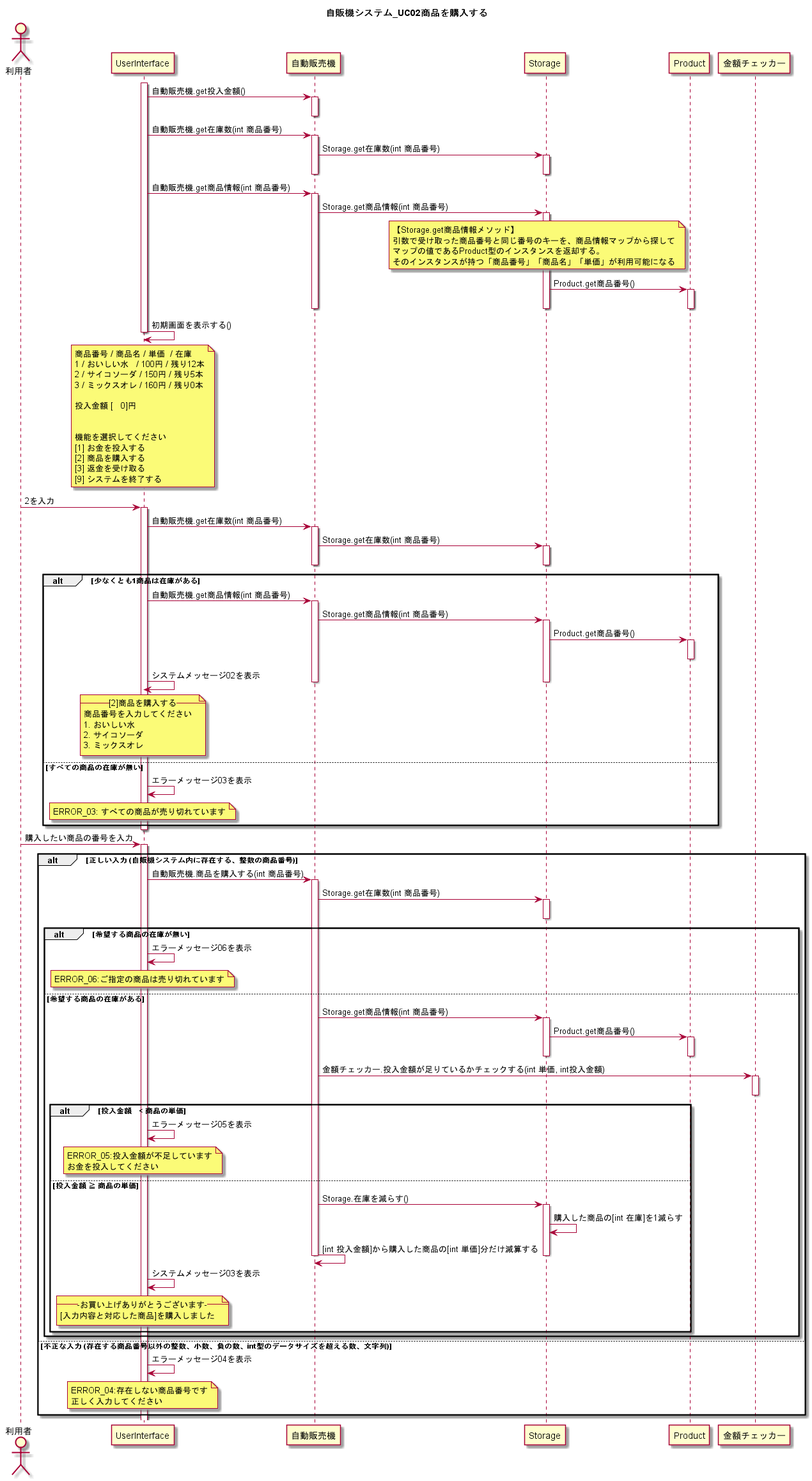
Before: UML_class_sequence/自販機システム_UC02商品を購入する.png, a diagram exported from PlantUML (W-Nakayama-24/VendingMachine_CUI). Source of this version:
```plantuml
@startuml
title 自販機システム_UC02商品を購入する

actor 利用者

activate UserInterface

UserInterface -> 自動販売機 : 自動販売機.get投入金額()
activate 自動販売機
deactivate 自動販売機

UserInterface -> 自動販売機 : 自動販売機.get在庫数(int 商品番号)
activate 自動販売機
自動販売機 -> Storage : Storage.get在庫数(int 商品番号)
activate Storage

deactivate Storage
deactivate 自動販売機

UserInterface -> 自動販売機 : 自動販売機.get商品情報(int 商品番号)
activate 自動販売機
自動販売機 -> Storage : Storage.get商品情報(int 商品番号)
activate Storage

note left of Product
【Storage.get商品情報メソッド】
引数で受け取った商品番号と同じ番号のキーを、商品情報マップから探して
マップの値であるProduct型のインスタンスを返却する。
そのインスタンスが持つ「商品番号」「商品名」「単価」が利用可能になる
end note

Storage -> Product : Product.get商品番号()
activate Product

deactivate Product
deactivate Storage
deactivate 自動販売機
deactivate 自動販売機


UserInterface <- UserInterface : 初期画面を表示する()
note over UserInterface
商品番号 / 商品名 / 単価  / 在庫
1 / おいしい水   / 100円 / 残り12本
2 / サイコソーダ / 150円 / 残り5本
3 / ミックスオレ / 160円 / 残り0本

投入金額 [   0]円


機能を選択してください
[1] お金を投入する
[2] 商品を購入する
[3] 返金を受け取る
[9] システムを終了する
end note
deactivate UserInterface


利用者 -> UserInterface : 2を入力

activate UserInterface
UserInterface -> 自動販売機 : 自動販売機.get在庫数(int 商品番号)
activate 自動販売機
自動販売機 -> Storage : Storage.get在庫数(int 商品番号)
activate Storage

deactivate Product
deactivate Storage
deactivate 自動販売機

alt 少なくとも1商品は在庫がある
    UserInterface -> 自動販売機 : 自動販売機.get商品情報(int 商品番号)
    activate 自動販売機
    自動販売機 -> Storage : Storage.get商品情報(int 商品番号)
    activate Storage

    Storage -> Product : Product.get商品番号()
    activate Product

    deactivate Product
    UserInterface <- UserInterface : システムメッセージ02を表示
    note over UserInterface
    --[2]商品を購入する--
    商品番号を入力してください
    1. おいしい水
    2. サイコソーダ
    3. ミックスオレ
    end note
    deactivate Storage
    deactivate 自動販売機

else すべての商品の在庫が無い
    UserInterface <- UserInterface : エラーメッセージ03を表示
    note over UserInterface
    ERROR_03: すべての商品が売り切れています
    end note

end
deactivate UserInterface

利用者 -> UserInterface : 購入したい商品の番号を入力

activate UserInterface

alt 正しい入力 (自販機システム内に存在する、整数の商品番号)

    UserInterface -> 自動販売機 : 自動販売機.商品を購入する(int 商品番号)
    activate 自動販売機

    自動販売機 -> Storage : Storage.get在庫数(int 商品番号)
    activate Storage
    deactivate Storage

    alt 希望する商品の在庫が無い

        UserInterface -> UserInterface : エラーメッセージ06を表示
        note over UserInterface
        ERROR_06:ご指定の商品は売り切れています
        end note


    else 希望する商品の在庫がある

        自動販売機 -> Storage : Storage.get商品情報(int 商品番号)
        activate Storage
        Storage -> Product : Product.get商品番号()
        activate Product
        deactivate Product
        deactivate Storage

        自動販売機 -> 金額チェッカー : 金額チェッカー.投入金額が足りているかチェックする(int 単価, int投入金額)
        activate 金額チェッカー
        deactivate 金額チェッカー

        alt 投入金額　< 商品の単価

            UserInterface -> UserInterface : エラーメッセージ05を表示
            note over UserInterface
            ERROR_05:投入金額が不足しています
            お金を投入してください
            end note

        else 投入金額 ≧ 商品の単価

            自動販売機 -> Storage : Storage.在庫を減らす()
            activate Storage
            Storage -> Storage : 購入した商品の[int 在庫]を1減らす
            自動販売機 -> 自動販売機 : [int 投入金額]から購入した商品の[int 単価]分だけ減算する
            deactivate Storage
            deactivate 自動販売機

            UserInterface -> UserInterface : システムメッセージ03を表示
            note over UserInterface
            ---お買い上げありがとうございます---
            [入力内容と対応した商品]を購入しました
            end note

        end


    end

else 不正な入力 (存在する商品番号以外の整数、小数、負の数、int型のデータサイズを超える数、文字列)
    UserInterface <- UserInterface : エラーメッセージ04を表示
    note over UserInterface
    ERROR_04:存在しない商品番号です
    正しく入力してください
    end note


end

@enduml
```
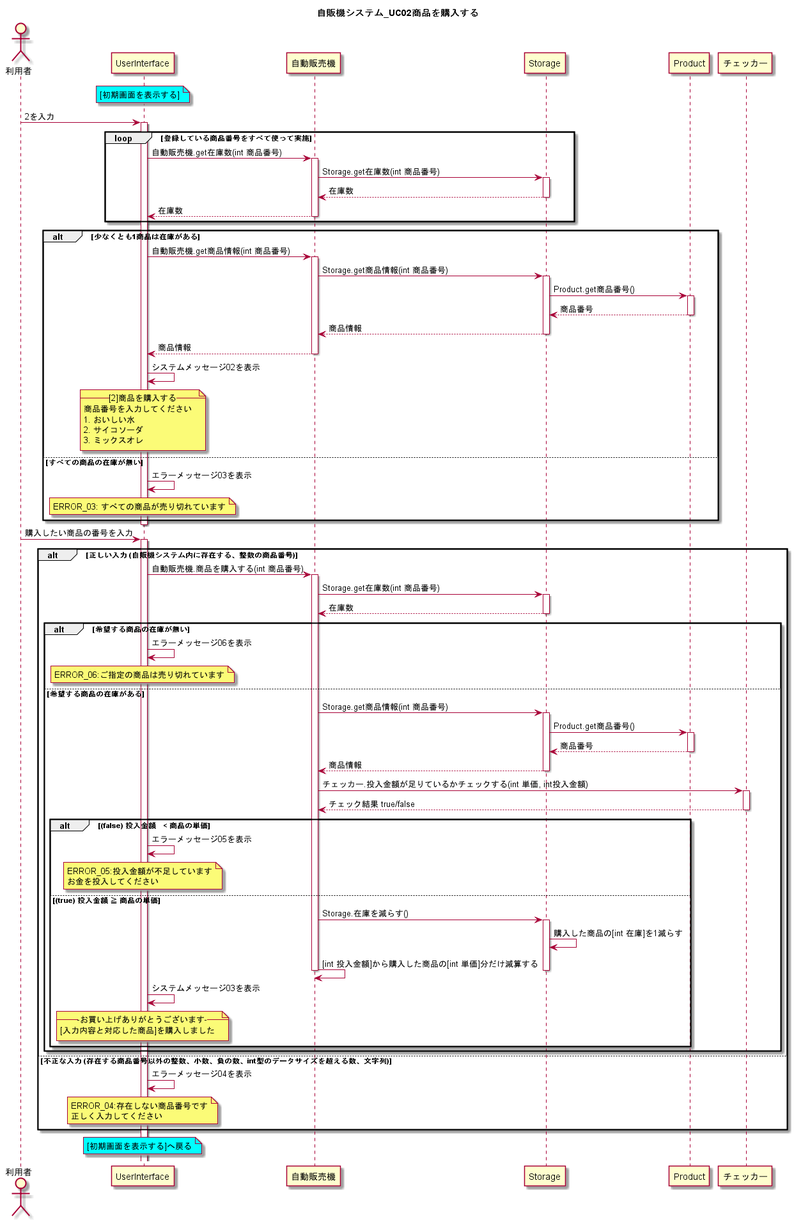
Later version of the same file.

The edit, as a diff of the source:
```diff
@@ -2,72 +2,23 @@
 title 自販機システム_UC02商品を購入する
 
 actor 利用者
-
-activate UserInterface
-
-UserInterface -> 自動販売機 : 自動販売機.get投入金額()
-activate 自動販売機
-deactivate 自動販売機
-
-UserInterface -> 自動販売機 : 自動販売機.get在庫数(int 商品番号)
-activate 自動販売機
-自動販売機 -> Storage : Storage.get在庫数(int 商品番号)
-activate Storage
-
-deactivate Storage
-deactivate 自動販売機
-
-UserInterface -> 自動販売機 : 自動販売機.get商品情報(int 商品番号)
-activate 自動販売機
-自動販売機 -> Storage : Storage.get商品情報(int 商品番号)
-activate Storage
-
-note left of Product
-【Storage.get商品情報メソッド】
-引数で受け取った商品番号と同じ番号のキーを、商品情報マップから探して
-マップの値であるProduct型のインスタンスを返却する。
-そのインスタンスが持つ「商品番号」「商品名」「単価」が利用可能になる
+note over UserInterface #Cyan
+[初期画面を表示する]
 end note
-
-Storage -> Product : Product.get商品番号()
-activate Product
-
-deactivate Product
-deactivate Storage
-deactivate 自動販売機
-deactivate 自動販売機
-
-
-UserInterface <- UserInterface : 初期画面を表示する()
-note over UserInterface
-商品番号 / 商品名 / 単価  / 在庫
-1 / おいしい水   / 100円 / 残り12本
-2 / サイコソーダ / 150円 / 残り5本
-3 / ミックスオレ / 160円 / 残り0本
-
-投入金額 [   0]円
-
-
-機能を選択してください
-[1] お金を投入する
-[2] 商品を購入する
-[3] 返金を受け取る
-[9] システムを終了する
-end note
-deactivate UserInterface
-
 
 利用者 -> UserInterface : 2を入力
 
+loop 登録している商品番号をすべて使って実施
 activate UserInterface
 UserInterface -> 自動販売機 : 自動販売機.get在庫数(int 商品番号)
 activate 自動販売機
 自動販売機 -> Storage : Storage.get在庫数(int 商品番号)
 activate Storage
-
-deactivate Product
+自動販売機 <-- Storage : 在庫数
 deactivate Storage
+UserInterface <-- 自動販売機 : 在庫数
 deactivate 自動販売機
+end loop
 
 alt 少なくとも1商品は在庫がある
     UserInterface -> 自動販売機 : 自動販売機.get商品情報(int 商品番号)
@@ -77,8 +28,13 @@
 
     Storage -> Product : Product.get商品番号()
     activate Product
+    Storage <-- Product : 商品番号
+    deactivate Product
+    自動販売機 <-- Storage : 商品情報
+    deactivate Storage
+    UserInterface <-- 自動販売機 : 商品情報
+    deactivate 自動販売機
 
-    deactivate Product
     UserInterface <- UserInterface : システムメッセージ02を表示
     note over UserInterface
     --[2]商品を購入する--
@@ -87,8 +43,6 @@
     2. サイコソーダ
     3. ミックスオレ
     end note
-    deactivate Storage
-    deactivate 自動販売機
 
 else すべての商品の在庫が無い
     UserInterface <- UserInterface : エラーメッセージ03を表示
@@ -107,9 +61,9 @@
 
     UserInterface -> 自動販売機 : 自動販売機.商品を購入する(int 商品番号)
     activate 自動販売機
-
     自動販売機 -> Storage : Storage.get在庫数(int 商品番号)
     activate Storage
+    自動販売機 <-- Storage : 在庫数
     deactivate Storage
 
     alt 希望する商品の在庫が無い
@@ -126,14 +80,17 @@
         activate Storage
         Storage -> Product : Product.get商品番号()
         activate Product
+        Storage <-- Product : 商品番号
         deactivate Product
+        自動販売機 <-- Storage : 商品情報
         deactivate Storage
 
-        自動販売機 -> 金額チェッカー : 金額チェッカー.投入金額が足りているかチェックする(int 単価, int投入金額)
-        activate 金額チェッカー
-        deactivate 金額チェッカー
+        自動販売機 -> チェッカー : チェッカー.投入金額が足りているかチェックする(int 単価, int投入金額)
+        activate チェッカー
+        自動販売機 <-- チェッカー : チェック結果 true/false
+        deactivate チェッカー
 
-        alt 投入金額　< 商品の単価
+        alt (false) 投入金額　< 商品の単価
 
             UserInterface -> UserInterface : エラーメッセージ05を表示
             note over UserInterface
@@ -141,7 +98,7 @@
             お金を投入してください
             end note
 
-        else 投入金額 ≧ 商品の単価
+        else (true) 投入金額 ≧ 商品の単価
 
             自動販売機 -> Storage : Storage.在庫を減らす()
             activate Storage
@@ -168,7 +125,10 @@
     正しく入力してください
     end note
 
-
 end
 
+note over UserInterface #Cyan
+[初期画面を表示する]へ戻る
+end note
+
 @enduml
```
